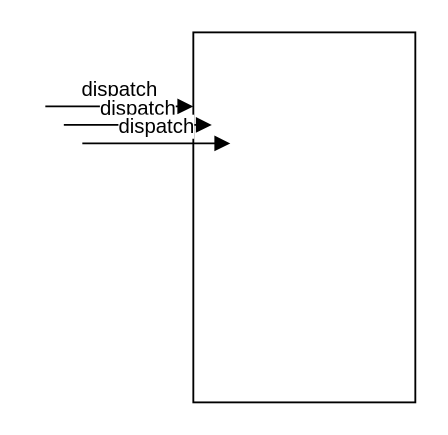
The draw.io diagram Untitled Diagram.drawio in seheeP/statistic, before the edit. Source tidied: cells renumbered, new cells numbered last; positions are measured from the earlier drawing's top-left corner, leaving out a move shared by most shapes. Both pictures are drawn from the tidied source at 185%, with x=0, y=0 at pixel (44, 31).
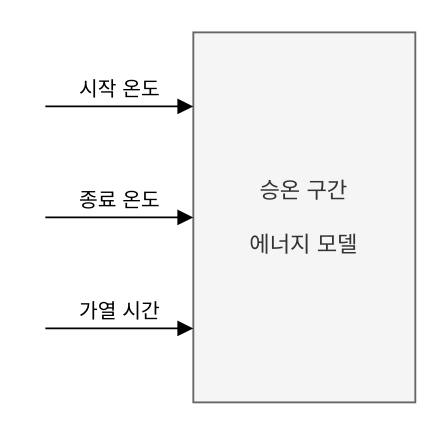
Above is the later version.

Change to the diagram source:
```diff
@@
 <mxGraphModel>
   <root>
     <mxCell id="0" />
     <mxCell id="1" parent="0" />
-    <mxCell id="2" style="rounded=0;whiteSpace=wrap;html=1;" parent="1" vertex="1">
+    <mxCell id="2" value="승온 구간&lt;br&gt;&lt;br&gt;에너지 모델" style="rounded=0;whiteSpace=wrap;html=1;fillColor=#f5f5f5;strokeColor=#666666;fontColor=#333333;" parent="1" vertex="1">
       <mxGeometry x="80" width="120" height="200" as="geometry" />
     </mxCell>
-    <mxCell id="3" value="dispatch" style="html=1;verticalAlign=bottom;endArrow=block;rounded=0;edgeStyle=orthogonalEdgeStyle;" parent="1" edge="1">
+    <mxCell id="3" value="시작 온도" style="html=1;verticalAlign=bottom;endArrow=block;rounded=0;edgeStyle=orthogonalEdgeStyle;" parent="1" edge="1">
       <mxGeometry relative="1" as="geometry">
         <mxPoint y="40" as="sourcePoint" />
         <mxPoint x="80" y="40" as="targetPoint" />
       </mxGeometry>
     </mxCell>
-    <mxCell id="4" value="dispatch" style="html=1;verticalAlign=bottom;endArrow=block;rounded=0;edgeStyle=orthogonalEdgeStyle;" parent="1" edge="1">
+    <mxCell id="4" value="종료 온도" style="html=1;verticalAlign=bottom;endArrow=block;rounded=0;edgeStyle=orthogonalEdgeStyle;" parent="1" edge="1">
       <mxGeometry relative="1" as="geometry">
-        <mxPoint x="10" y="50" as="sourcePoint" />
-        <mxPoint x="90" y="50" as="targetPoint" />
+        <mxPoint y="100" as="sourcePoint" />
+        <mxPoint x="80" y="100" as="targetPoint" />
       </mxGeometry>
     </mxCell>
-    <mxCell id="5" value="dispatch" style="html=1;verticalAlign=bottom;endArrow=block;rounded=0;edgeStyle=orthogonalEdgeStyle;" parent="1" edge="1">
+    <mxCell id="5" value="가열 시간" style="html=1;verticalAlign=bottom;endArrow=block;rounded=0;edgeStyle=orthogonalEdgeStyle;" parent="1" edge="1">
       <mxGeometry relative="1" as="geometry">
-        <mxPoint x="20" y="60" as="sourcePoint" />
-        <mxPoint x="100" y="60" as="targetPoint" />
+        <mxPoint y="160" as="sourcePoint" />
+        <mxPoint x="80" y="160" as="targetPoint" />
       </mxGeometry>
     </mxCell>
   </root>
 </mxGraphModel>
```
